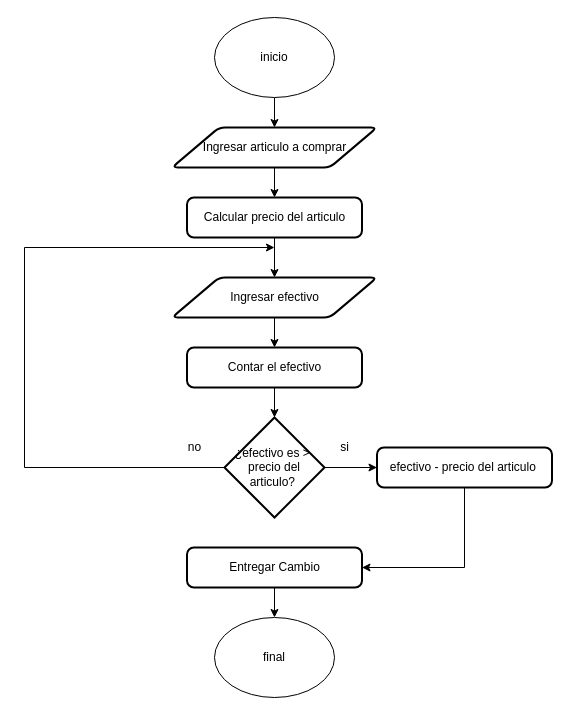
This is Diagrama sin título.drawio from Alessandrodcp/prueba-git, a draw.io file, before an edit. Source tidied: cells renumbered, new cells numbered last; positions are measured from the earlier drawing's top-left corner, leaving out a move shared by most shapes. Both pictures are drawn from the tidied source at 100%, with x=0, y=0 at pixel (24, 17).
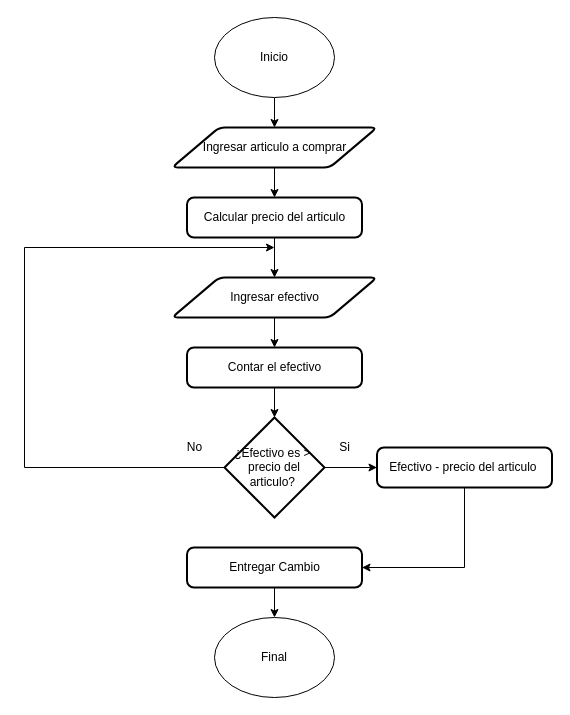
The same page after the edit.

What changed in the source:
```diff
@@
-    <mxCell id="3" value="inicio" style="ellipse;whiteSpace=wrap;html=1;" parent="1" vertex="1">
+    <mxCell id="3" value="Inicio" style="ellipse;whiteSpace=wrap;html=1;" parent="1" vertex="1">
       <mxGeometry x="190" width="120" height="80" as="geometry" />
     </mxCell>
-    <mxCell id="4" value="final" style="ellipse;whiteSpace=wrap;html=1;" parent="1" vertex="1">
+    <mxCell id="4" value="Final" style="ellipse;whiteSpace=wrap;html=1;" parent="1" vertex="1">
       <mxGeometry x="190" y="600" width="120" height="80" as="geometry" />
     </mxCell>
@@
-    <mxCell id="12" value="¿efectivo es &amp;gt;&amp;nbsp; precio del articulo?&amp;nbsp;" style="strokeWidth=2;html=1;shape=mxgraph.flowchart.decision;whiteSpace=wrap;" parent="1" vertex="1">
+    <mxCell id="12" value="¿Efectivo es &amp;gt;&amp;nbsp; precio del articulo?&amp;nbsp;" style="strokeWidth=2;html=1;shape=mxgraph.flowchart.decision;whiteSpace=wrap;" parent="1" vertex="1">
       <mxGeometry x="200" y="400" width="100" height="100" as="geometry" />
     </mxCell>
-    <mxCell id="13" value="efectivo - precio del articulo&amp;nbsp;" style="rounded=1;whiteSpace=wrap;html=1;absoluteArcSize=1;arcSize=14;strokeWidth=2;" parent="1" vertex="1">
+    <mxCell id="13" value="Efectivo - precio del articulo&amp;nbsp;" style="rounded=1;whiteSpace=wrap;html=1;absoluteArcSize=1;arcSize=14;strokeWidth=2;" parent="1" vertex="1">
       <mxGeometry x="352.5" y="430" width="175" height="40" as="geometry" />
     </mxCell>
-    <mxCell id="14" value="no" style="text;html=1;align=center;verticalAlign=middle;strokeColor=none;fillColor=none;" parent="1" vertex="1">
+    <mxCell id="14" value="No" style="text;html=1;align=center;verticalAlign=middle;strokeColor=none;fillColor=none;" parent="1" vertex="1">
       <mxGeometry x="150" y="415" width="40" height="30" as="geometry" />
     </mxCell>
-    <mxCell id="15" value="si" style="text;html=1;align=center;verticalAlign=middle;strokeColor=none;fillColor=none;" parent="1" vertex="1">
+    <mxCell id="15" value="Si" style="text;html=1;align=center;verticalAlign=middle;strokeColor=none;fillColor=none;" parent="1" vertex="1">
       <mxGeometry x="305" y="415" width="30" height="30" as="geometry" />
     </mxCell>
```
